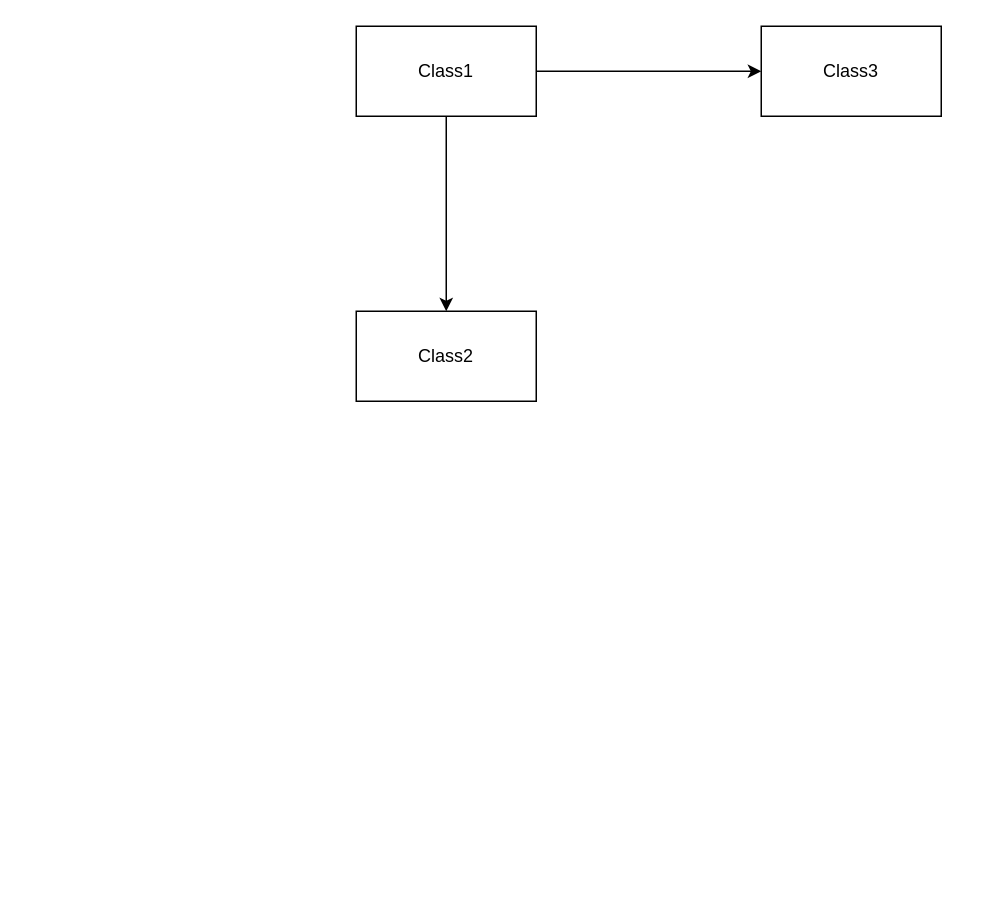
Before: ForkJoin.drawio in zhanggc/test-config, a draw.io diagram. Source tidied: cells renumbered, new cells numbered last; positions are measured from the earlier drawing's top-left corner, leaving out a move shared by most shapes. Both pictures are drawn from the tidied source at 150%, with x=0, y=0 at pixel (356, 26).
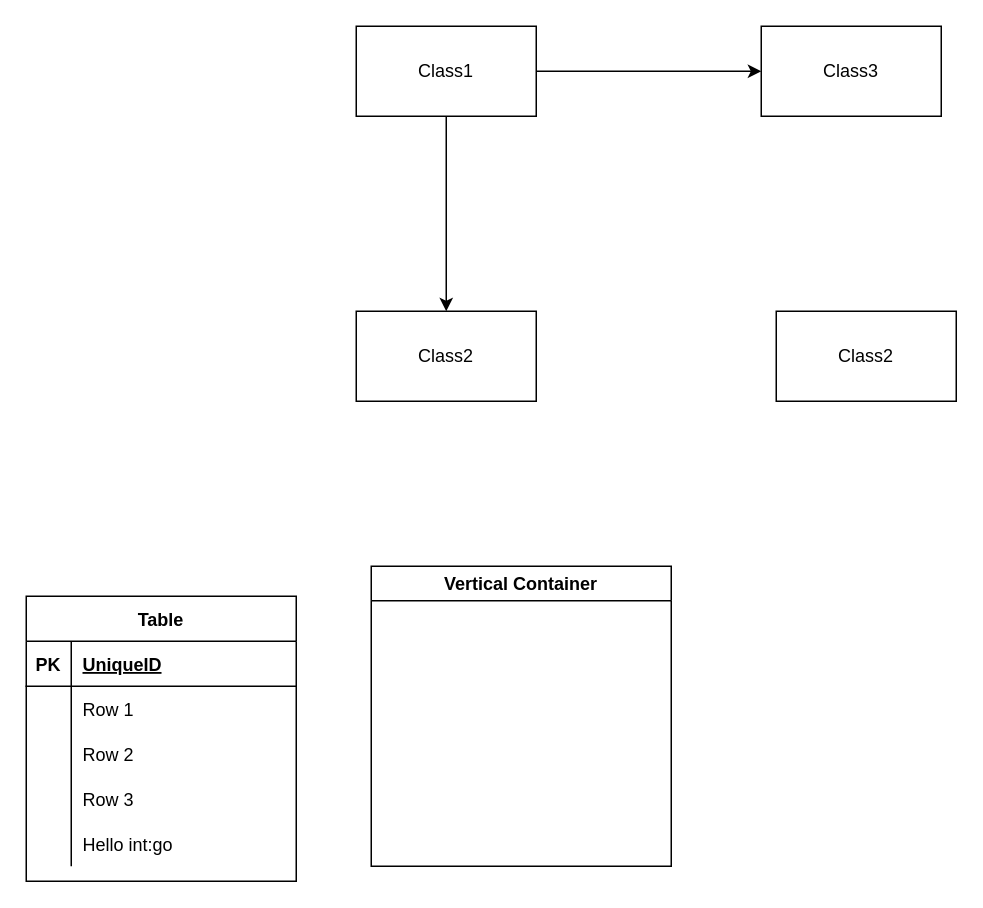
After the change.

Change to the diagram source:
```diff
@@
+    <mxCell id="7" value="Class2" style="rounded=0;whiteSpace=wrap;html=1;" parent="1" vertex="1">
+      <mxGeometry x="280" y="190" width="120" height="60" as="geometry" />
+    </mxCell>
+    <mxCell id="8" value="Vertical Container" style="swimlane;" parent="1" vertex="1">
+      <mxGeometry x="10" y="360" width="200" height="200" as="geometry" />
+    </mxCell>
+    <mxCell id="9" value="Table" style="shape=table;startSize=30;childLayout=tableLayout;rowLines=0;fontStyle=1;align=center;" parent="1" vertex="1">
+      <mxGeometry x="-220" y="380" width="180" height="190" as="geometry" />
+    </mxCell>
+    <mxCell id="10" style="shape=partialRectangle;fillColor=none;top=0;left=0;bottom=1;right=0;" parent="9" vertex="1">
+      <mxGeometry y="30" width="180" height="30" as="geometry" />
+    </mxCell>
+    <mxCell id="11" value="PK" style="shape=partialRectangle;fillColor=none;top=0;left=0;bottom=0;right=0;fontStyle=1;overflow=hidden;" parent="10" vertex="1">
+      <mxGeometry width="30" height="30" as="geometry" />
+    </mxCell>
+    <mxCell id="12" value="UniqueID" style="shape=partialRectangle;fillColor=none;top=0;left=0;bottom=0;right=0;align=left;spacingLeft=6;fontStyle=5;overflow=hidden;" parent="10" vertex="1">
+      <mxGeometry x="30" width="150" height="30" as="geometry" />
+    </mxCell>
+    <mxCell id="13" style="shape=partialRectangle;fillColor=none;top=0;left=0;bottom=0;right=0;" parent="9" vertex="1">
+      <mxGeometry y="60" width="180" height="30" as="geometry" />
+    </mxCell>
+    <mxCell id="14" style="shape=partialRectangle;fillColor=none;top=0;left=0;bottom=0;right=0;overflow=hidden;" parent="13" vertex="1">
+      <mxGeometry width="30" height="30" as="geometry" />
+    </mxCell>
+    <mxCell id="15" value="Row 1" style="shape=partialRectangle;fillColor=none;top=0;left=0;bottom=0;right=0;align=left;spacingLeft=6;overflow=hidden;" parent="13" vertex="1">
+      <mxGeometry x="30" width="150" height="30" as="geometry" />
+    </mxCell>
+    <mxCell id="16" style="shape=partialRectangle;fillColor=none;top=0;left=0;bottom=0;right=0;" parent="9" vertex="1">
+      <mxGeometry y="90" width="180" height="30" as="geometry" />
+    </mxCell>
+    <mxCell id="17" style="shape=partialRectangle;fillColor=none;top=0;left=0;bottom=0;right=0;overflow=hidden;" parent="16" vertex="1">
+      <mxGeometry width="30" height="30" as="geometry" />
+    </mxCell>
+    <mxCell id="18" value="Row 2" style="shape=partialRectangle;fillColor=none;top=0;left=0;bottom=0;right=0;align=left;spacingLeft=6;overflow=hidden;" parent="16" vertex="1">
+      <mxGeometry x="30" width="150" height="30" as="geometry" />
+    </mxCell>
+    <mxCell id="19" style="shape=partialRectangle;fillColor=none;top=0;left=0;bottom=0;right=0;" parent="9" vertex="1">
+      <mxGeometry y="120" width="180" height="30" as="geometry" />
+    </mxCell>
+    <mxCell id="20" style="shape=partialRectangle;fillColor=none;top=0;left=0;bottom=0;right=0;overflow=hidden;" parent="19" vertex="1">
+      <mxGeometry width="30" height="30" as="geometry" />
+    </mxCell>
+    <mxCell id="21" value="Row 3" style="shape=partialRectangle;fillColor=none;top=0;left=0;bottom=0;right=0;align=left;spacingLeft=6;overflow=hidden;" parent="19" vertex="1">
+      <mxGeometry x="30" width="150" height="30" as="geometry" />
+    </mxCell>
+    <mxCell id="22" style="shape=partialRectangle;fillColor=none;top=0;left=0;bottom=0;right=0;" parent="9" vertex="1">
+      <mxGeometry y="150" width="180" height="30" as="geometry" />
+    </mxCell>
+    <mxCell id="23" style="shape=partialRectangle;fillColor=none;top=0;left=0;bottom=0;right=0;overflow=hidden;" parent="22" vertex="1">
+      <mxGeometry width="30" height="30" as="geometry" />
+    </mxCell>
+    <mxCell id="24" value="Hello int:go" style="shape=partialRectangle;fillColor=none;top=0;left=0;bottom=0;right=0;align=left;spacingLeft=6;overflow=hidden;" parent="22" vertex="1">
+      <mxGeometry x="30" width="150" height="30" as="geometry" />
+    </mxCell>
```
